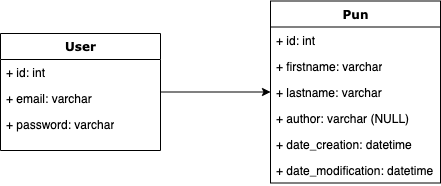
Before: documentation/database.png, a diagram exported from draw.io (aymerickmichelet/EpsiCourses). Source tidied: cells renumbered, new cells last; positions are measured from the earlier drawing's top-left corner, leaving out a move shared by most shapes.
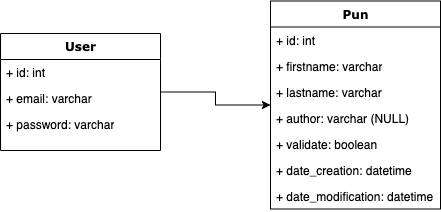
Above is the later version.

Commit message:
add pun validate

Change to the diagram source:
```diff
@@ -18,7 +18,7 @@
       <mxGeometry y="78" width="160" height="26" as="geometry" />
     </mxCell>
     <mxCell id="7" value="Pun" style="swimlane;html=1;fontStyle=1;align=center;verticalAlign=top;horizontal=1;startSize=26;swimlaneFillColor=#ffffff;rounded=0;shadow=0;comic=0;labelBackgroundColor=none;strokeWidth=1;fillColor=none;fontFamily=Verdana;fontSize=12;" parent="1" vertex="1">
-      <mxGeometry x="270" y="0.5" width="170" height="182" as="geometry" />
+      <mxGeometry x="270" y="0.5" width="170" height="208" as="geometry" />
     </mxCell>
     <mxCell id="8" value="+ id: int" style="text;html=1;strokeColor=none;fillColor=none;align=left;verticalAlign=top;spacingLeft=4;spacingRight=4;whiteSpace=wrap;overflow=hidden;" parent="7" vertex="1">
       <mxGeometry y="26" width="170" height="26" as="geometry" />
@@ -32,11 +32,14 @@
     <mxCell id="11" value="+ author: varchar (NULL)" style="text;html=1;strokeColor=none;fillColor=none;align=left;verticalAlign=top;spacingLeft=4;spacingRight=4;whiteSpace=wrap;overflow=hidden;" parent="7" vertex="1">
       <mxGeometry y="104" width="170" height="26" as="geometry" />
     </mxCell>
+    <mxCell id="14" value="+ validate: boolean" style="text;html=1;strokeColor=none;fillColor=none;align=left;verticalAlign=top;spacingLeft=4;spacingRight=4;whiteSpace=wrap;overflow=hidden;" parent="7" vertex="1">
+      <mxGeometry y="130" width="170" height="26" as="geometry" />
+    </mxCell>
     <mxCell id="12" value="+ date_creation: datetime" style="text;html=1;strokeColor=none;fillColor=none;align=left;verticalAlign=top;spacingLeft=4;spacingRight=4;whiteSpace=wrap;overflow=hidden;" parent="7" vertex="1">
-      <mxGeometry y="130" width="170" height="26" as="geometry" />
+      <mxGeometry y="156" width="170" height="26" as="geometry" />
     </mxCell>
     <mxCell id="13" value="+ date_modification: datetime" style="text;html=1;strokeColor=none;fillColor=none;align=left;verticalAlign=top;spacingLeft=4;spacingRight=4;whiteSpace=wrap;overflow=hidden;" parent="7" vertex="1">
-      <mxGeometry y="156" width="170" height="26" as="geometry" />
+      <mxGeometry y="182" width="170" height="26" as="geometry" />
     </mxCell>
   </root>
 </mxGraphModel>
```
